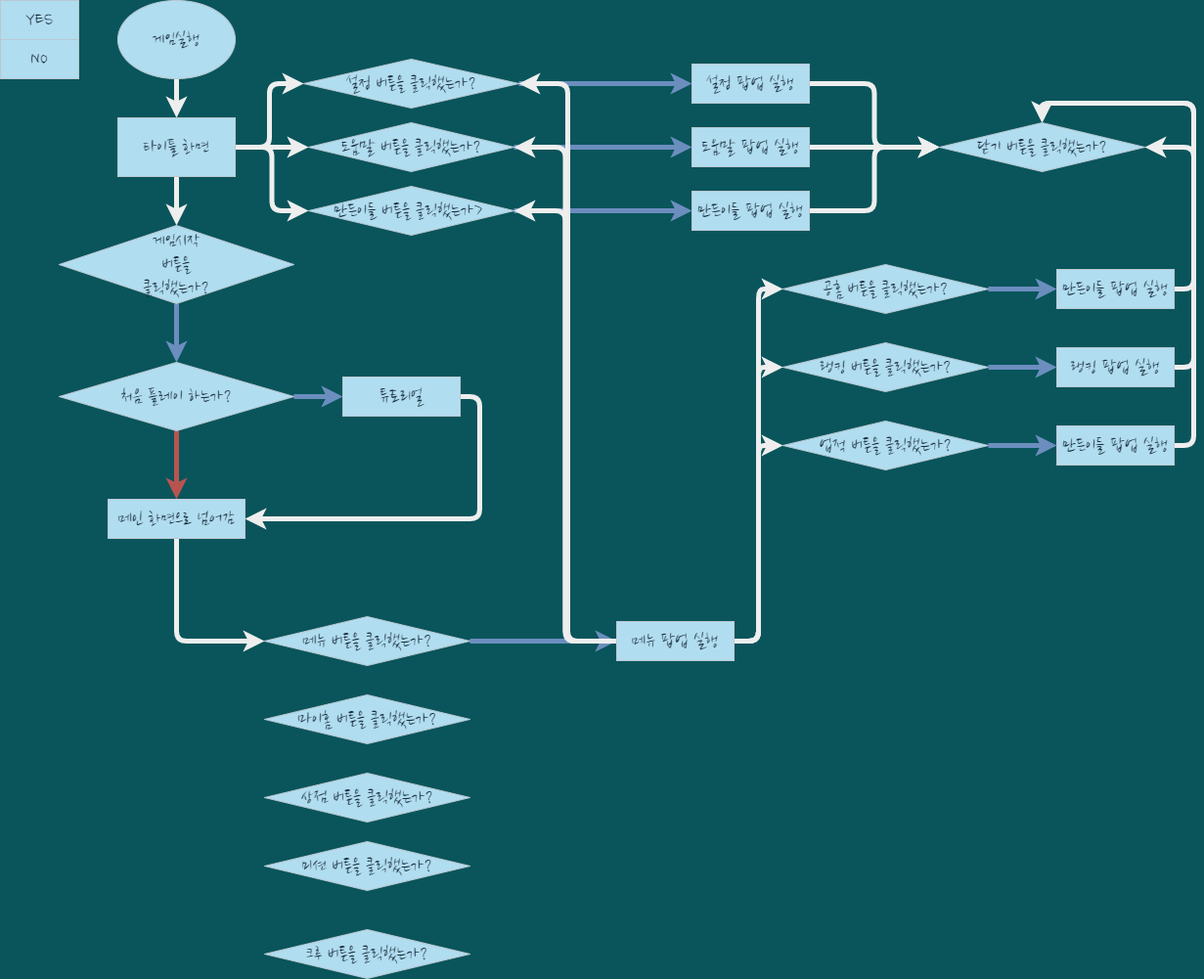
This is gameplay_flowchat.drawio.png from kinesis19/stac_project_SME, a draw.io export, as it was before one commit. Source tidied: cells renumbered, new cells last; positions are measured from the earlier drawing's top-left corner, leaving out a move shared by most shapes.
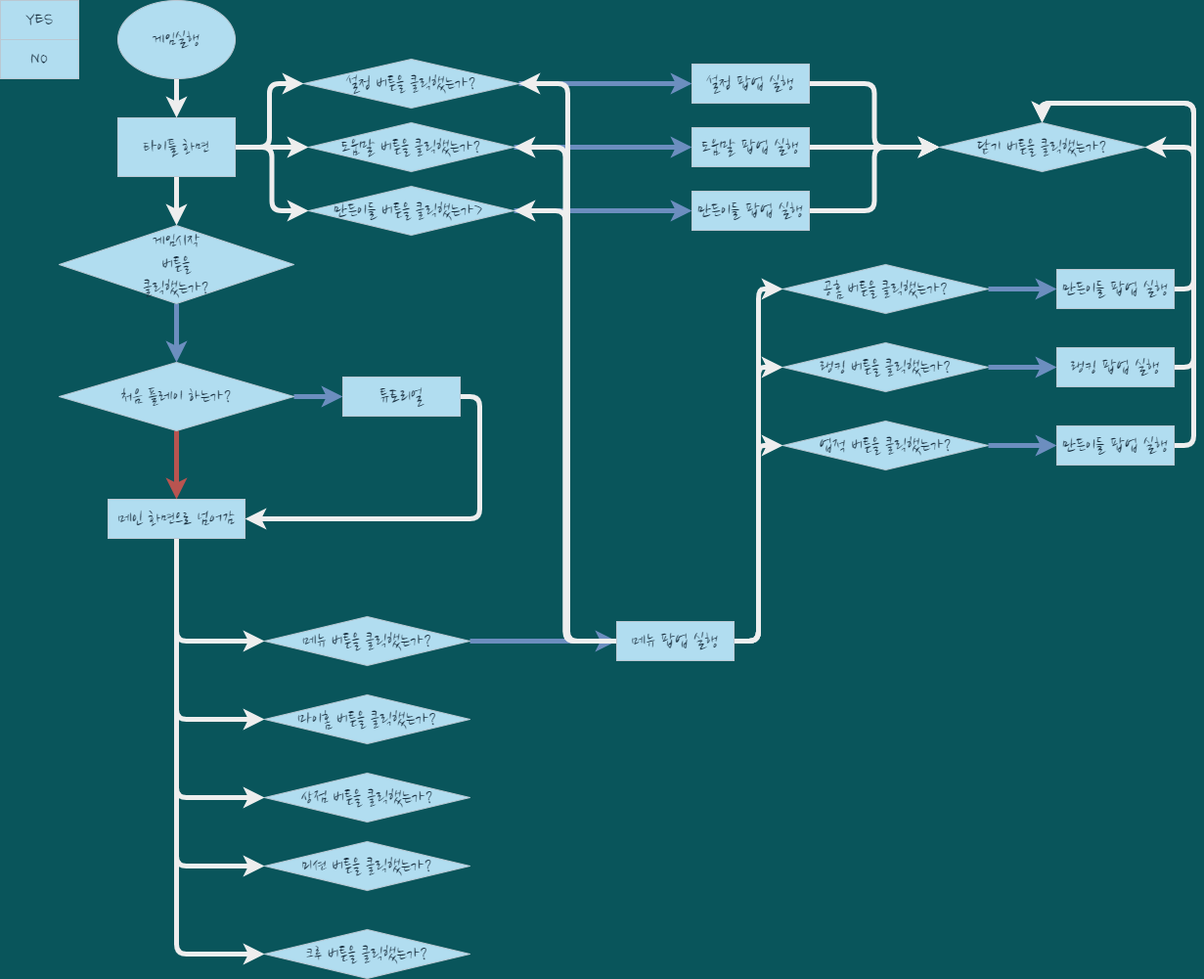
After the change.

Change to the diagram source:
```diff
@@ -91,6 +91,18 @@
     <mxCell id="30" style="edgeStyle=orthogonalEdgeStyle;curved=0;rounded=1;sketch=0;jettySize=auto;html=1;exitX=0.5;exitY=1;exitDx=0;exitDy=0;entryX=0;entryY=0.5;entryDx=0;entryDy=0;fontColor=#FFFFFF;strokeColor=#EEEEEE;strokeWidth=5;" parent="1" edge="1" source="31" target="33">
       <mxGeometry relative="1" as="geometry" />
     </mxCell>
+    <mxCell id="58" style="edgeStyle=orthogonalEdgeStyle;curved=0;rounded=1;sketch=0;jettySize=auto;html=1;exitX=0.5;exitY=1;exitDx=0;exitDy=0;entryX=0;entryY=0.5;entryDx=0;entryDy=0;fontColor=#FFFFFF;strokeColor=#EEEEEE;strokeWidth=5;" parent="1" edge="1" source="31" target="54">
+      <mxGeometry relative="1" as="geometry" />
+    </mxCell>
+    <mxCell id="59" style="edgeStyle=orthogonalEdgeStyle;curved=0;rounded=1;sketch=0;jettySize=auto;html=1;exitX=0.5;exitY=1;exitDx=0;exitDy=0;entryX=0;entryY=0.5;entryDx=0;entryDy=0;fontColor=#FFFFFF;strokeColor=#EEEEEE;strokeWidth=5;" parent="1" edge="1" source="31" target="55">
+      <mxGeometry relative="1" as="geometry" />
+    </mxCell>
+    <mxCell id="60" style="edgeStyle=orthogonalEdgeStyle;curved=0;rounded=1;sketch=0;jettySize=auto;html=1;exitX=0.5;exitY=1;exitDx=0;exitDy=0;entryX=0;entryY=0.5;entryDx=0;entryDy=0;fontColor=#FFFFFF;strokeColor=#EEEEEE;strokeWidth=5;" parent="1" edge="1" source="31" target="56">
+      <mxGeometry relative="1" as="geometry" />
+    </mxCell>
+    <mxCell id="61" style="edgeStyle=orthogonalEdgeStyle;curved=0;rounded=1;sketch=0;jettySize=auto;html=1;exitX=0.5;exitY=1;exitDx=0;exitDy=0;entryX=0;entryY=0.5;entryDx=0;entryDy=0;fontColor=#FFFFFF;strokeColor=#EEEEEE;strokeWidth=5;" parent="1" edge="1" source="31" target="57">
+      <mxGeometry relative="1" as="geometry" />
+    </mxCell>
     <mxCell id="31" value="메인 화면으로 넘어감" style="rounded=0;whiteSpace=wrap;html=1;sketch=0;fontFamily=Nanum Brush Script;fontSource=https%3A%2F%2Ffonts.googleapis.com%2Fcss%3Ffamily%3DNanum%2BBrush%2BScript;fontSize=20;fillColor=#B1DDF0;strokeColor=#BAC8D3;fontColor=#182E3E;" parent="1" vertex="1">
       <mxGeometry x="110" y="510" width="140" height="40" as="geometry" />
     </mxCell>
```
